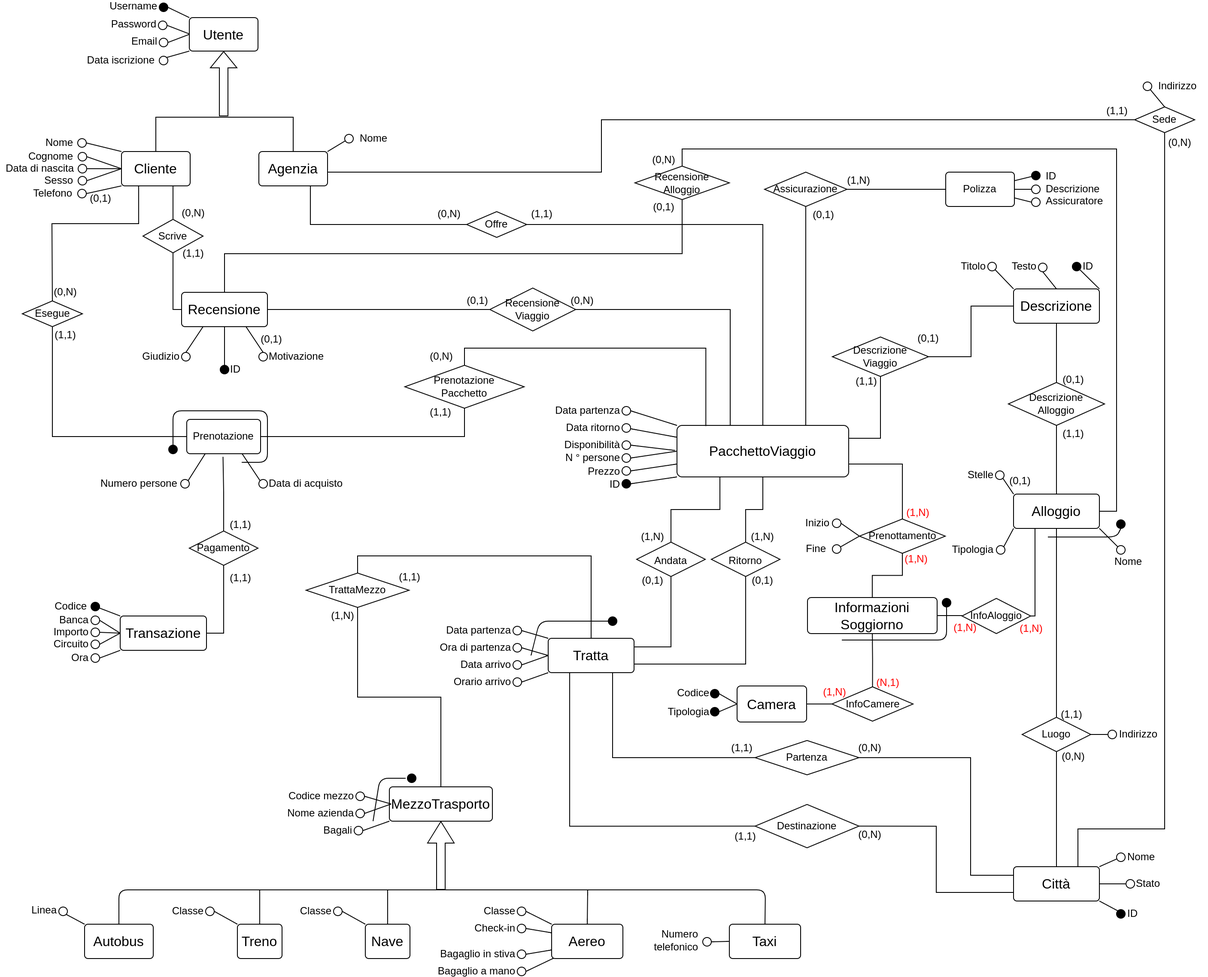
This is relazione/assets/ER_concettuale.png from bustre/Easy-travel, a draw.io export, as it was before one commit. Source tidied: cells renumbered, new cells last; positions are measured from the earlier drawing's top-left corner, leaving out a move shared by most shapes.
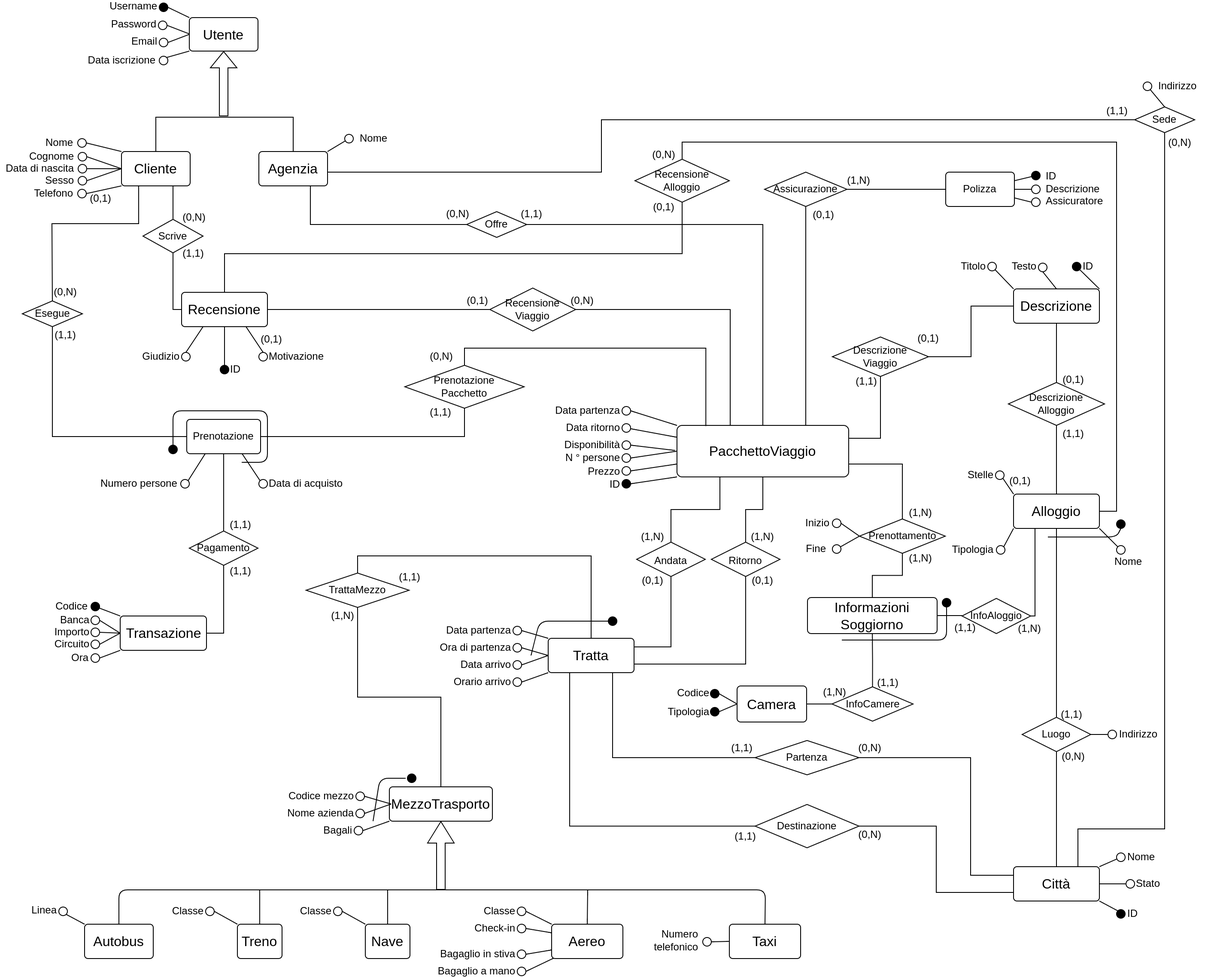
After the commit.

Diff of the diagram source:
```diff
@@ -515,7 +515,7 @@
       <mxGeometry relative="1" as="geometry" />
     </mxCell>
     <mxCell id="155" value="Recensione&lt;br style=&quot;font-size: 12px;&quot;&gt;Alloggio" style="shape=rhombus;perimeter=rhombusPerimeter;whiteSpace=wrap;html=1;align=center;fontSize=12;" parent="1" vertex="1">
-      <mxGeometry x="739" y="191" width="110" height="39" as="geometry" />
+      <mxGeometry x="739" y="183" width="110" height="50" as="geometry" />
     </mxCell>
     <mxCell id="156" style="endArrow=none;html=1;rounded=0;exitX=0;exitY=0.5;exitDx=0;exitDy=0;entryX=0.5;entryY=1;entryDx=0;entryDy=0;" parent="1" edge="1" source="153" target="150">
       <mxGeometry relative="1" as="geometry">
@@ -545,6 +545,9 @@
     <mxCell id="163" style="edgeStyle=orthogonalEdgeStyle;rounded=0;jettySize=auto;html=1;exitX=1;exitY=0.5;exitDx=0;exitDy=0;endArrow=none;endFill=0;" parent="1" edge="1" source="164" target="172">
       <mxGeometry relative="1" as="geometry" />
     </mxCell>
+    <mxCell id="330" style="edgeStyle=orthogonalEdgeStyle;rounded=0;jettySize=auto;html=1;exitX=0.5;exitY=1;exitDx=0;exitDy=0;entryX=0.5;entryY=0;entryDx=0;entryDy=0;endArrow=none;endFill=0;" parent="1" edge="1" source="164" target="240">
+      <mxGeometry relative="1" as="geometry" />
+    </mxCell>
     <mxCell id="164" value="Prenotazione" style="rounded=1;arcSize=10;whiteSpace=wrap;html=1;align=center;" parent="1" vertex="1">
       <mxGeometry x="217" y="486" width="86" height="40" as="geometry" />
     </mxCell>
@@ -681,15 +684,15 @@
       <mxGeometry x="1321" y="122" width="70" height="30" as="geometry" />
     </mxCell>
     <mxCell id="200" value="(0,N)" style="text;html=1;strokeColor=none;fillColor=none;align=center;verticalAlign=middle;whiteSpace=wrap;rounded=0;" parent="1" vertex="1">
-      <mxGeometry x="195" y="231" width="60" height="30" as="geometry" />
+      <mxGeometry x="196" y="236" width="60" height="30" as="geometry" />
     </mxCell>
     <mxCell id="201" value="(1,1)" style="text;html=1;strokeColor=none;fillColor=none;align=center;verticalAlign=middle;whiteSpace=wrap;rounded=0;" parent="1" vertex="1">
       <mxGeometry x="195" y="278" width="60" height="30" as="geometry" />
     </mxCell>
     <mxCell id="202" value="(0,N)" style="text;html=1;strokeColor=none;fillColor=none;align=center;verticalAlign=middle;whiteSpace=wrap;rounded=0;" parent="1" vertex="1">
-      <mxGeometry x="743" y="169" width="60" height="30" as="geometry" />
+      <mxGeometry x="743" y="163" width="60" height="30" as="geometry" />
     </mxCell>
-    <mxCell id="203" value="(0,1)" style="text;html=1;strokeColor=none;fillColor=none;align=center;verticalAlign=middle;whiteSpace=wrap;rounded=0;" parent="1" vertex="1">
+    <mxCell id="203" value="(0,1)" style="text;html=1;strokeColor=none;fillColor=none;align=center;verticalAlign=middle;whiteSpace=wrap;rounded=0;rotation=0;" parent="1" vertex="1">
       <mxGeometry x="743" y="224" width="60" height="30" as="geometry" />
     </mxCell>
     <mxCell id="204" value="(0,1)" style="text;html=1;strokeColor=none;fillColor=none;align=center;verticalAlign=middle;whiteSpace=wrap;rounded=0;" parent="1" vertex="1">
@@ -705,10 +708,10 @@
       <mxGeometry x="1344" y="149" width="60" height="30" as="geometry" />
     </mxCell>
     <mxCell id="208" value="(0,N)" style="text;html=1;strokeColor=none;fillColor=none;align=center;verticalAlign=middle;whiteSpace=wrap;rounded=0;" parent="1" vertex="1">
-      <mxGeometry x="493" y="232" width="60" height="30" as="geometry" />
+      <mxGeometry x="503" y="232" width="60" height="30" as="geometry" />
     </mxCell>
     <mxCell id="209" value="(1,1)" style="text;html=1;strokeColor=none;fillColor=none;align=center;verticalAlign=middle;whiteSpace=wrap;rounded=0;" parent="1" vertex="1">
-      <mxGeometry x="601" y="232" width="60" height="30" as="geometry" />
+      <mxGeometry x="589" y="232" width="60" height="30" as="geometry" />
     </mxCell>
     <mxCell id="210" value="(1,1)" style="text;html=1;strokeColor=none;fillColor=none;align=center;verticalAlign=middle;whiteSpace=wrap;rounded=0;" parent="1" vertex="1">
       <mxGeometry x="979" y="427" width="60" height="30" as="geometry" />
@@ -797,9 +800,6 @@
     <mxCell id="238" value="(1,N)" style="text;html=1;strokeColor=none;fillColor=none;align=center;verticalAlign=middle;whiteSpace=wrap;rounded=0;" parent="1" vertex="1">
       <mxGeometry x="970" y="193" width="60" height="30" as="geometry" />
     </mxCell>
-    <mxCell id="239" style="edgeStyle=orthogonalEdgeStyle;rounded=0;jettySize=auto;html=1;exitX=0.5;exitY=0;exitDx=0;exitDy=0;entryX=0.492;entryY=1.091;entryDx=0;entryDy=0;entryPerimeter=0;endArrow=none;endFill=0;" parent="1" edge="1" source="240" target="164">
-      <mxGeometry relative="1" as="geometry" />
-    </mxCell>
     <mxCell id="240" value="Pagamento" style="shape=rhombus;perimeter=rhombusPerimeter;whiteSpace=wrap;html=1;align=center;fontSize=12;" parent="1" vertex="1">
       <mxGeometry x="220" y="616" width="80" height="40" as="geometry" />
     </mxCell>
@@ -846,7 +846,7 @@
       <mxGeometry relative="1" as="geometry" />
     </mxCell>
     <mxCell id="255" value="(1,1)" style="text;html=1;strokeColor=none;fillColor=none;align=center;verticalAlign=middle;whiteSpace=wrap;rounded=0;" parent="1" vertex="1">
-      <mxGeometry x="250" y="656" width="60" height="30" as="geometry" />
+      <mxGeometry x="250" y="648" width="60" height="30" as="geometry" />
     </mxCell>
     <mxCell id="256" value="(1,1)" style="text;html=1;strokeColor=none;fillColor=none;align=center;verticalAlign=middle;whiteSpace=wrap;rounded=0;" parent="1" vertex="1">
       <mxGeometry x="250" y="594" width="60" height="30" as="geometry" />
@@ -1041,23 +1041,23 @@
     <mxCell id="315" value="InfoAloggio" style="shape=rhombus;perimeter=rhombusPerimeter;whiteSpace=wrap;html=1;align=center;" parent="1" vertex="1">
       <mxGeometry x="1120" y="694.5" width="80" height="41" as="geometry" />
     </mxCell>
-    <mxCell id="316" value="(N,1)" style="text;html=1;strokeColor=none;fillColor=none;align=center;verticalAlign=middle;whiteSpace=wrap;rounded=0;fontSize=12;fontColor=#FF0000;" parent="1" vertex="1">
+    <mxCell id="316" value="(1,1)" style="text;html=1;strokeColor=none;fillColor=none;align=center;verticalAlign=middle;whiteSpace=wrap;rounded=0;fontSize=12;fontColor=default;" parent="1" vertex="1">
       <mxGeometry x="1013" y="786" width="42" height="14" as="geometry" />
     </mxCell>
-    <mxCell id="317" value="(1,N)" style="text;html=1;strokeColor=none;fillColor=none;align=center;verticalAlign=middle;whiteSpace=wrap;rounded=0;fontSize=12;fontColor=#FF0000;" parent="1" vertex="1">
+    <mxCell id="317" value="(1,N)" style="text;html=1;strokeColor=none;fillColor=none;align=center;verticalAlign=middle;whiteSpace=wrap;rounded=0;fontSize=12;fontColor=default;" parent="1" vertex="1">
       <mxGeometry x="951" y="796.5" width="42" height="14" as="geometry" />
     </mxCell>
-    <mxCell id="318" value="(1,N)" style="text;html=1;strokeColor=none;fillColor=none;align=center;verticalAlign=middle;whiteSpace=wrap;rounded=0;fontSize=12;fontColor=#FF0000;" parent="1" vertex="1">
+    <mxCell id="318" value="(1,1)" style="text;html=1;strokeColor=none;fillColor=none;align=center;verticalAlign=middle;whiteSpace=wrap;rounded=0;fontSize=12;fontColor=#000000;" parent="1" vertex="1">
       <mxGeometry x="1103" y="721.5" width="42" height="14" as="geometry" />
     </mxCell>
-    <mxCell id="319" value="(1,N)" style="text;html=1;strokeColor=none;fillColor=none;align=center;verticalAlign=middle;whiteSpace=wrap;rounded=0;fontSize=12;fontColor=#FF0000;" parent="1" vertex="1">
-      <mxGeometry x="1180" y="723" width="42" height="14" as="geometry" />
+    <mxCell id="319" value="(1,N)" style="text;html=1;strokeColor=none;fillColor=none;align=center;verticalAlign=middle;whiteSpace=wrap;rounded=0;fontSize=12;fontColor=default;" parent="1" vertex="1">
+      <mxGeometry x="1178" y="723" width="42" height="14" as="geometry" />
     </mxCell>
-    <mxCell id="320" value="(1,N)" style="text;html=1;strokeColor=none;fillColor=none;align=center;verticalAlign=middle;whiteSpace=wrap;rounded=0;fontSize=12;fontColor=#FF0000;" parent="1" vertex="1">
-      <mxGeometry x="1046" y="642" width="42" height="14" as="geometry" />
+    <mxCell id="320" value="(1,N)" style="text;html=1;strokeColor=none;fillColor=none;align=center;verticalAlign=middle;whiteSpace=wrap;rounded=0;fontSize=12;fontColor=#000000;" parent="1" vertex="1">
+      <mxGeometry x="1051" y="641" width="42" height="14" as="geometry" />
     </mxCell>
-    <mxCell id="321" value="(1,N)" style="text;html=1;strokeColor=none;fillColor=none;align=center;verticalAlign=middle;whiteSpace=wrap;rounded=0;fontSize=12;fontColor=#FF0000;" parent="1" vertex="1">
-      <mxGeometry x="1048" y="588" width="42" height="14" as="geometry" />
+    <mxCell id="321" value="(1,N)" style="text;html=1;strokeColor=none;fillColor=none;align=center;verticalAlign=middle;whiteSpace=wrap;rounded=0;fontSize=12;fontColor=#000000;" parent="1" vertex="1">
+      <mxGeometry x="1051" y="588" width="42" height="14" as="geometry" />
     </mxCell>
     <mxCell id="322" style="edgeStyle=orthogonalEdgeStyle;rounded=1;jettySize=auto;html=1;exitX=0.5;exitY=1;exitDx=0;exitDy=0;endArrow=none;endFill=0;" parent="1" edge="1" source="323">
       <mxGeometry relative="1" as="geometry">
```
